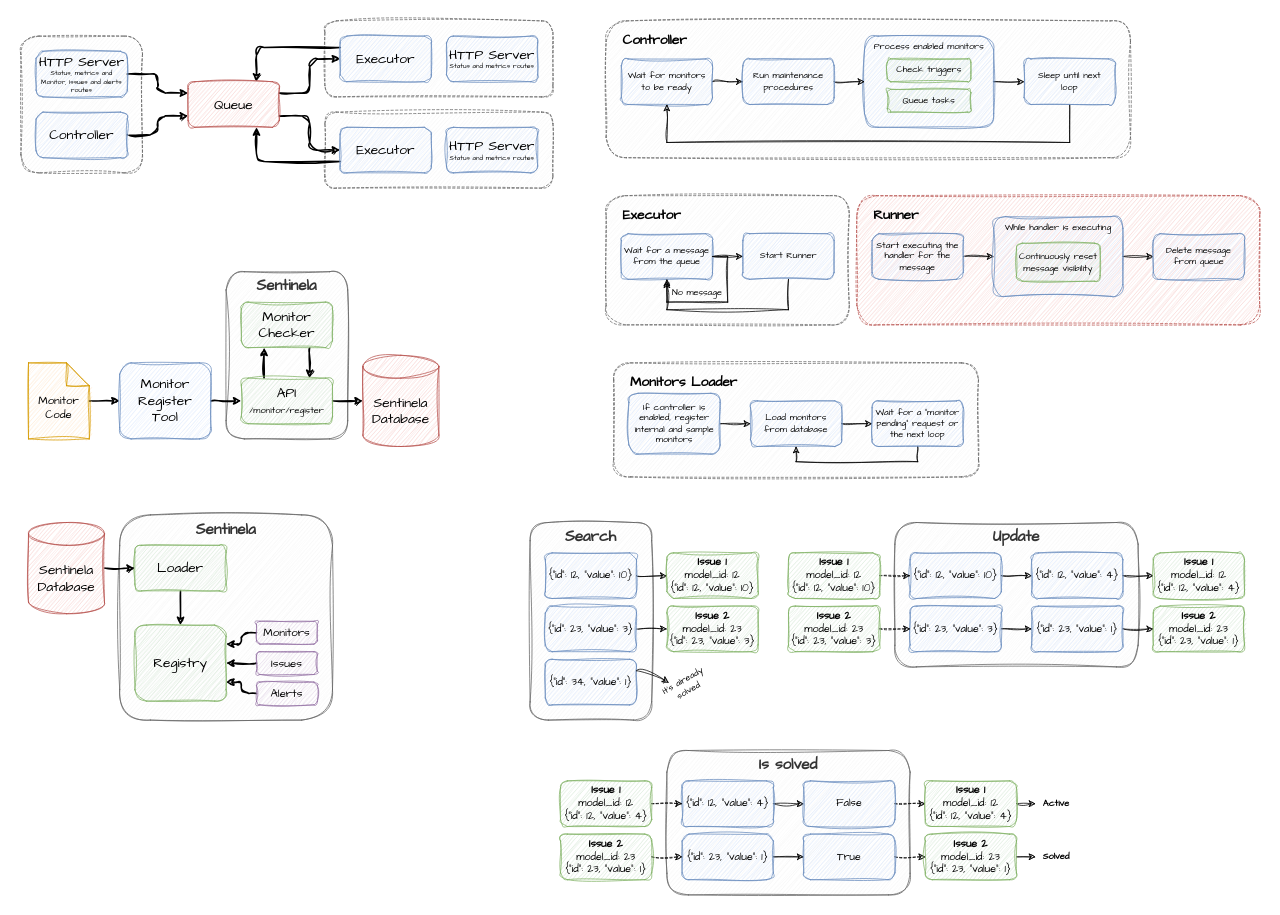
GabrielSalla/sentinela keeps this draw.io diagram as docs/diagrams/diagrams.drawio. Above is the earlier version. Source tidied: cells renumbered, new cells numbered last; positions are measured from the earlier drawing's top-left corner, leaving out a move shared by most shapes. Both pictures are drawn from the tidied source at 76%, with x=0, y=0 at pixel (13, 13).
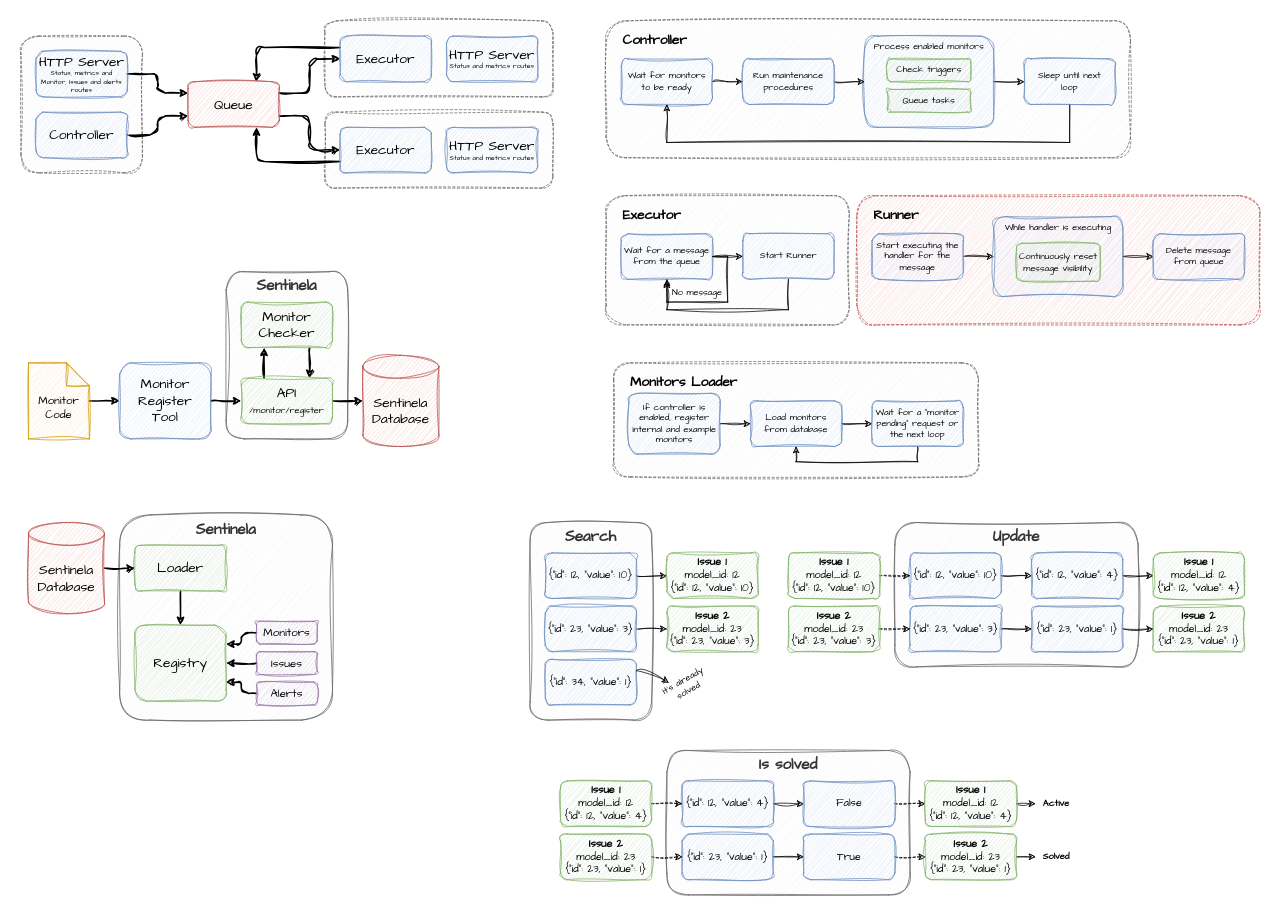
The same page after the edit.

The edit, as a diff of the source:
```diff
@@
-    <mxCell id="77" value="If controller is enabled, register internal and sample monitors" style="rounded=1;whiteSpace=wrap;html=1;fontSize=12;fillColor=#dae8fc;strokeColor=#6c8ebf;sketch=1;curveFitting=1;jiggle=2;fontFamily=Architects Daughter;" parent="1" vertex="1">
+    <mxCell id="77" value="If controller is enabled, register internal and example monitors" style="rounded=1;whiteSpace=wrap;html=1;fontSize=12;fillColor=#dae8fc;strokeColor=#6c8ebf;sketch=1;curveFitting=1;jiggle=2;fontFamily=Architects Daughter;" parent="1" vertex="1">
       <mxGeometry x="810" y="500" width="120" height="80" as="geometry" />
     </mxCell>
```
